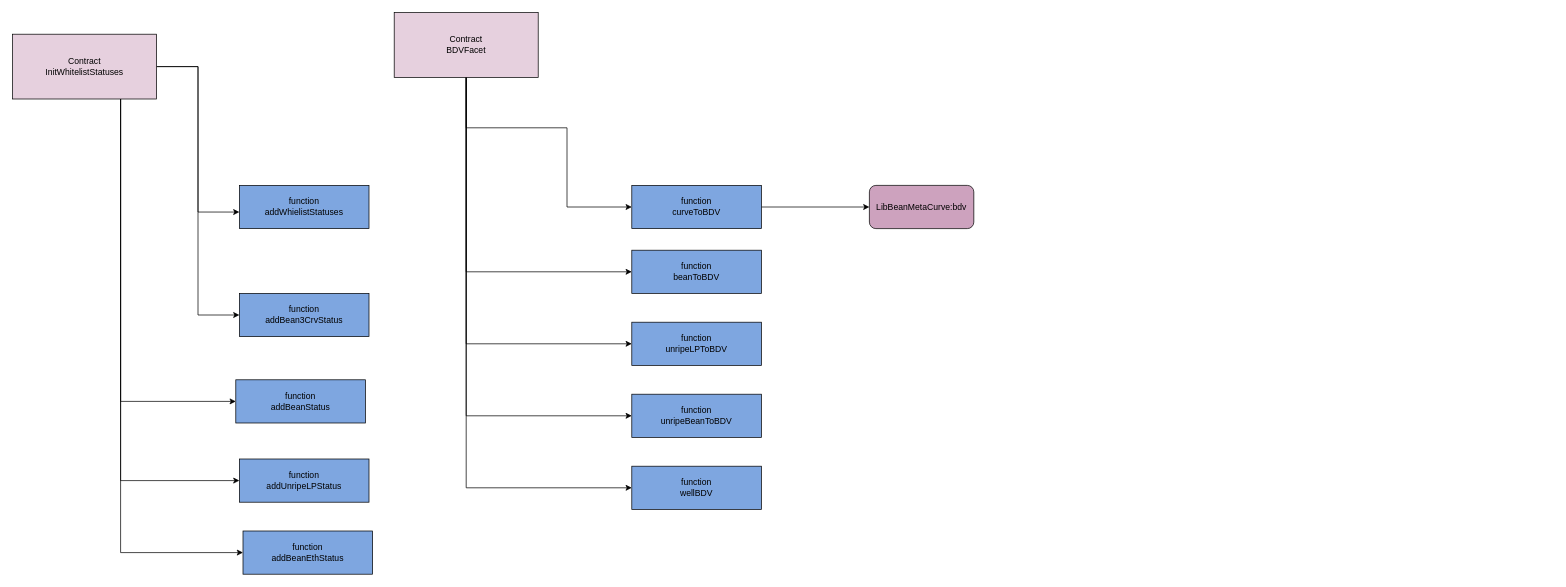
stephenyang21/diagram keeps this draw.io diagram as BeanStalk_Functionality.drawio. Above is the earlier version. Source tidied: cells renumbered, new cells numbered last; positions are measured from the earlier drawing's top-left corner, leaving out a move shared by most shapes. Both pictures are drawn from the tidied source at 72%, with x=0, y=0 at pixel (12, 12).
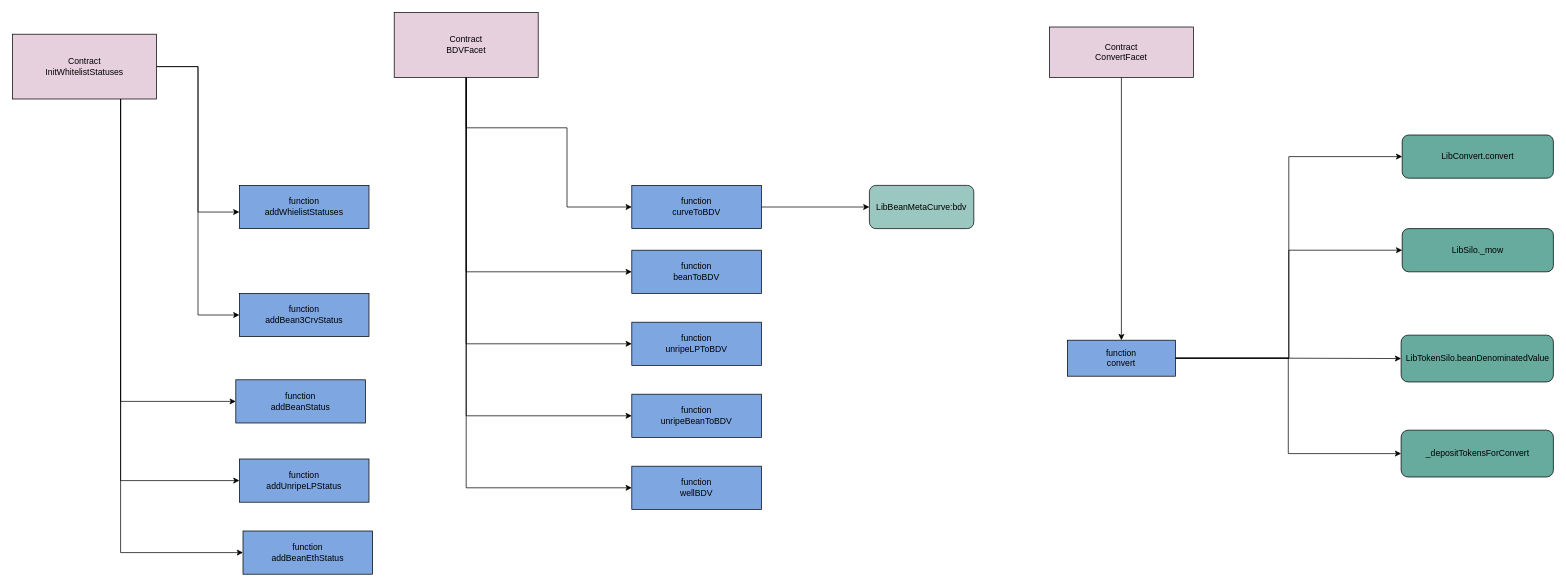
Above is the later version.

The edit, as a diff of the source:
```diff
@@
+    <mxCell id="26" style="edgeStyle=orthogonalEdgeStyle;rounded=0;jettySize=auto;html=1;entryX=0.5;entryY=0;entryDx=0;entryDy=0;" parent="1" edge="1" source="27" target="32">
+      <mxGeometry relative="1" as="geometry" />
+    </mxCell>
+    <mxCell id="27" value="Contract&lt;br&gt;ConvertFacet" style="rounded=0;whiteSpace=wrap;html=1;fillColor=#E6D0DE;" parent="1" vertex="1">
+      <mxGeometry x="1440" y="20" width="200" height="70" as="geometry" />
+    </mxCell>
+    <mxCell id="28" style="edgeStyle=orthogonalEdgeStyle;rounded=0;jettySize=auto;html=1;entryX=0;entryY=0.5;entryDx=0;entryDy=0;" parent="1" edge="1" source="32" target="33">
+      <mxGeometry relative="1" as="geometry" />
+    </mxCell>
+    <mxCell id="29" style="edgeStyle=orthogonalEdgeStyle;rounded=0;jettySize=auto;html=1;" parent="1" edge="1" source="32" target="35">
+      <mxGeometry relative="1" as="geometry" />
+    </mxCell>
+    <mxCell id="30" style="edgeStyle=orthogonalEdgeStyle;rounded=0;jettySize=auto;html=1;entryX=0;entryY=0.5;entryDx=0;entryDy=0;" parent="1" edge="1" source="32" target="34">
+      <mxGeometry relative="1" as="geometry" />
+    </mxCell>
+    <mxCell id="31" style="edgeStyle=orthogonalEdgeStyle;rounded=0;jettySize=auto;html=1;entryX=0;entryY=0.5;entryDx=0;entryDy=0;" parent="1" edge="1" source="32" target="36">
+      <mxGeometry relative="1" as="geometry" />
+    </mxCell>
+    <mxCell id="32" value="function&lt;br&gt;convert" style="whiteSpace=wrap;html=1;rounded=0;fillColor=#7EA6E0;" parent="1" vertex="1">
+      <mxGeometry x="1465" y="455" width="150" height="50" as="geometry" />
+    </mxCell>
+    <mxCell id="33" value="LibConvert.convert" style="rounded=1;whiteSpace=wrap;html=1;fillColor=#67AB9F;" parent="1" vertex="1">
+      <mxGeometry x="1930" y="170" width="210" height="60" as="geometry" />
+    </mxCell>
-    <mxCell id="25" value="LibBeanMetaCurve:bdv" style="rounded=1;whiteSpace=wrap;html=1;fillColor=#CDA2BE;" parent="1" vertex="1">
+    <mxCell id="25" value="LibBeanMetaCurve:bdv" style="rounded=1;whiteSpace=wrap;html=1;fillColor=#9AC7BF;" parent="1" vertex="1">
       <mxGeometry x="1190" y="240" width="145" height="60" as="geometry" />
     </mxCell>
+    <mxCell id="34" value="LibSilo._mow" style="rounded=1;whiteSpace=wrap;html=1;fillColor=#67AB9F;" parent="1" vertex="1">
+      <mxGeometry x="1930" y="300" width="210" height="60" as="geometry" />
+    </mxCell>
+    <mxCell id="35" value="LibTokenSilo.beanDenominatedValue" style="rounded=1;whiteSpace=wrap;html=1;fillColor=#67AB9F;" parent="1" vertex="1">
+      <mxGeometry x="1928.5" y="448" width="211.5" height="65" as="geometry" />
+    </mxCell>
+    <mxCell id="36" value="_depositTokensForConvert" style="rounded=1;whiteSpace=wrap;html=1;fillColor=#67AB9F;" parent="1" vertex="1">
+      <mxGeometry x="1928.5" y="580" width="211.5" height="65" as="geometry" />
+    </mxCell>
```
